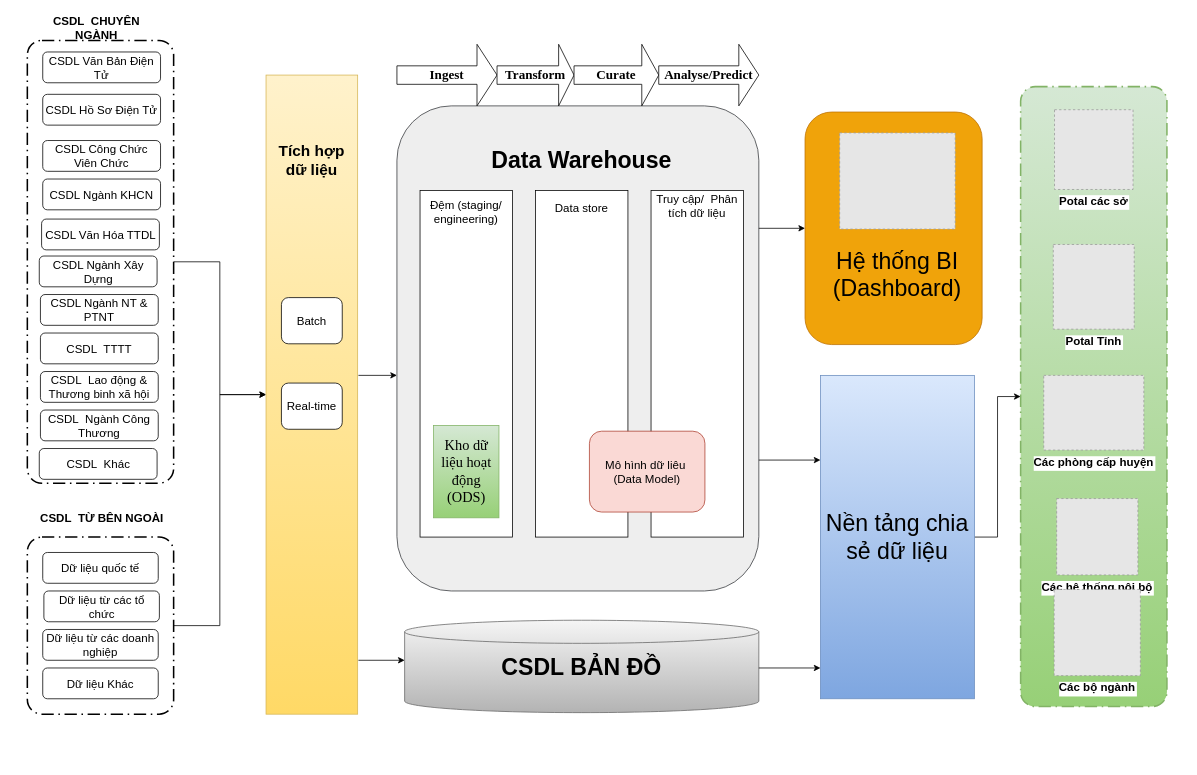
Above: so-do-draw/kho_du_lieu.drawio in letheanh12345/Draw-io (draw.io), before the change. Source tidied: cells renumbered, new cells numbered last; positions are measured from the earlier drawing's top-left corner, leaving out a move shared by most shapes. Both pictures are drawn from the tidied source at 77%, with x=0, y=0 at pixel (13, 13). Pictures stored in the file or linked from it are replaced by grey dashed boxes.
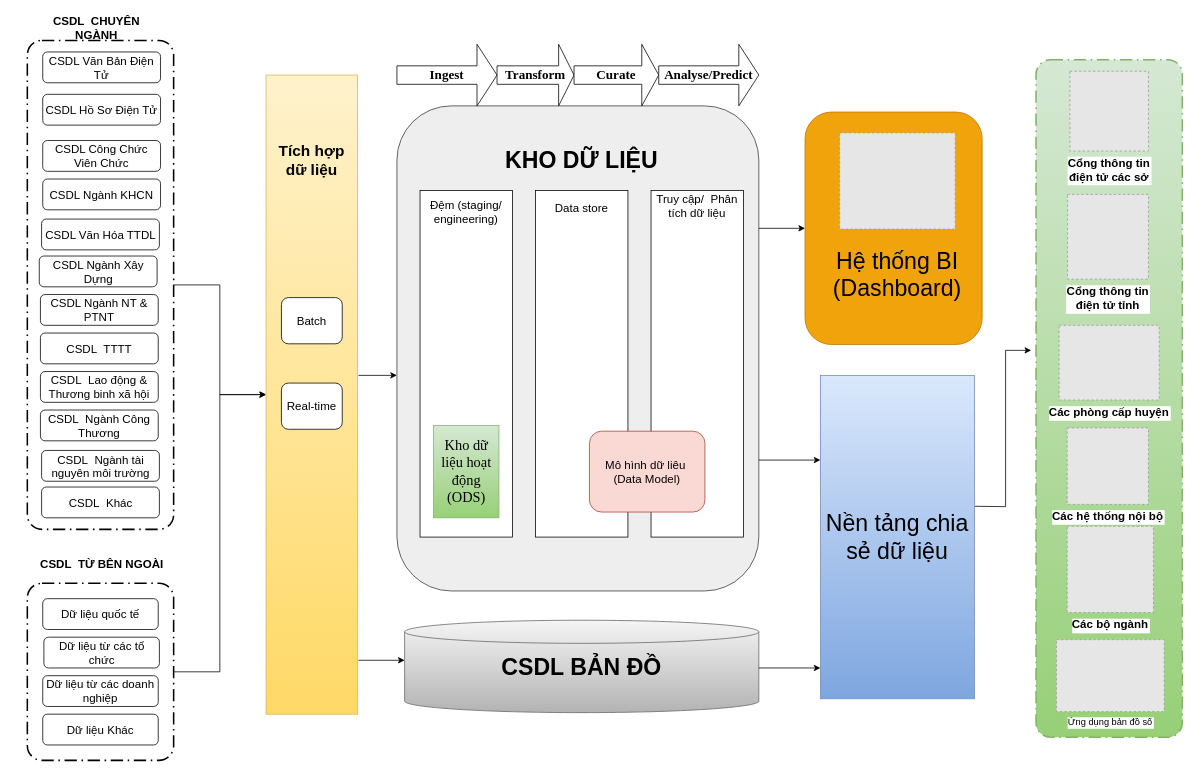
The same diagram, later.

The change refers to these unchanged cells:
```xml
<mxCell id="45" value="&lt;font style=&quot;font-size: 30px;&quot;&gt;Nền tảng chia sẻ dữ liệu&lt;/font&gt;" style="rounded=0;whiteSpace=wrap;html=1;fontSize=15;fillColor=#dae8fc;gradientColor=#7ea6e0;strokeColor=#6c8ebf;" parent="1" vertex="1">
  <mxGeometry x="1048" y="470" width="200" height="420" as="geometry" />
</mxCell>
```

Change to the diagram source:
```diff
@@
     <mxCell id="3" style="points=[[0.25,0,0],[0.5,0,0],[0.75,0,0],[1,0.25,0],[1,0.5,0],[1,0.75,0],[0.75,1,0],[0.5,1,0],[0.25,1,0],[0,0.75,0],[0,0.5,0],[0,0.25,0]];rounded=1;arcSize=10;dashed=1;strokeColor=#000000;fillColor=none;gradientColor=none;dashPattern=8 3 1 3;strokeWidth=2;fontStyle=1;fontSize=20;" parent="1" vertex="1">
-      <mxGeometry x="18" y="35" width="190" height="575" as="geometry" />
+      <mxGeometry x="18" y="35" width="190" height="635" as="geometry" />
     </mxCell>
@@
-    <mxCell id="5" value="&lt;font size=&quot;1&quot; style=&quot;&quot;&gt;&lt;b style=&quot;font-size: 30px;&quot;&gt;Data Warehouse&lt;/b&gt;&lt;/font&gt;" style="text;html=1;strokeColor=none;fillColor=none;align=center;verticalAlign=middle;whiteSpace=wrap;rounded=0;" parent="1" vertex="1">
+    <mxCell id="5" value="&lt;font size=&quot;1&quot; style=&quot;&quot;&gt;&lt;b style=&quot;font-size: 30px;&quot;&gt;KHO DỮ LIỆU&lt;/b&gt;&lt;/font&gt;" style="text;html=1;strokeColor=none;fillColor=none;align=center;verticalAlign=middle;whiteSpace=wrap;rounded=0;" parent="1" vertex="1">
       <mxGeometry x="523" y="175" width="430" height="30" as="geometry" />
     </mxCell>
@@
     <mxCell id="28" style="points=[[0.25,0,0],[0.5,0,0],[0.75,0,0],[1,0.25,0],[1,0.5,0],[1,0.75,0],[0.75,1,0],[0.5,1,0],[0.25,1,0],[0,0.75,0],[0,0.5,0],[0,0.25,0]];rounded=1;arcSize=10;dashed=1;strokeColor=#000000;fillColor=none;gradientColor=none;dashPattern=8 3 1 3;strokeWidth=2;fontStyle=1;fontSize=20;" parent="1" vertex="1">
-      <mxGeometry x="18" y="680" width="190" height="230" as="geometry" />
+      <mxGeometry x="18" y="740" width="190" height="230" as="geometry" />
     </mxCell>
@@
     <mxCell id="30" value="&lt;b&gt;&lt;font style=&quot;font-size: 15px;&quot;&gt;CSDL&amp;nbsp; TỪ BÊN NGOÀI&lt;/font&gt;&lt;/b&gt;" style="text;html=1;strokeColor=none;fillColor=none;align=center;verticalAlign=middle;whiteSpace=wrap;rounded=0;" parent="1" vertex="1">
-      <mxGeometry x="-0.5" y="640" width="230" height="30" as="geometry" />
+      <mxGeometry x="-0.5" y="700" width="230" height="30" as="geometry" />
     </mxCell>
     <mxCell id="31" value="Dữ liệu quốc tế" style="rounded=1;whiteSpace=wrap;html=1;fontSize=15;" parent="1" vertex="1">
-      <mxGeometry x="38" y="700" width="150" height="40" as="geometry" />
+      <mxGeometry x="38" y="760" width="150" height="40" as="geometry" />
     </mxCell>
     <mxCell id="32" value="Dữ liệu từ các tổ chức" style="rounded=1;whiteSpace=wrap;html=1;fontSize=15;" parent="1" vertex="1">
-      <mxGeometry x="39.5" y="750" width="150" height="40" as="geometry" />
+      <mxGeometry x="39.5" y="810" width="150" height="40" as="geometry" />
     </mxCell>
@@
     <mxCell id="39" value="Dữ liệu từ các doanh nghiệp" style="rounded=1;whiteSpace=wrap;html=1;fontSize=15;" parent="1" vertex="1">
-      <mxGeometry x="38" y="800" width="150" height="40" as="geometry" />
+      <mxGeometry x="38" y="860" width="150" height="40" as="geometry" />
     </mxCell>
     <mxCell id="40" value="Dữ liệu Khác" style="rounded=1;whiteSpace=wrap;html=1;fontSize=15;" parent="1" vertex="1">
-      <mxGeometry x="38" y="850" width="150" height="40" as="geometry" />
+      <mxGeometry x="38" y="910" width="150" height="40" as="geometry" />
     </mxCell>
@@
     <mxCell id="43" style="points=[[0.25,0,0],[0.5,0,0],[0.75,0,0],[1,0.25,0],[1,0.5,0],[1,0.75,0],[0.75,1,0],[0.5,1,0],[0.25,1,0],[0,0.75,0],[0,0.5,0],[0,0.25,0]];rounded=1;arcSize=10;dashed=1;strokeColor=#82b366;fillColor=#d5e8d4;gradientColor=#97d077;dashPattern=8 3 1 3;strokeWidth=2;fontStyle=1;fontSize=20;" parent="1" vertex="1">
-      <mxGeometry x="1308" y="95" width="190" height="805" as="geometry" />
+      <mxGeometry x="1328" y="60" width="190" height="880" as="geometry" />
     </mxCell>
-    <mxCell id="44" style="edgeStyle=orthogonalEdgeStyle;rounded=0;jettySize=auto;html=1;fontSize=15;" parent="1" edge="1" source="45" target="43">
-      <mxGeometry relative="1" as="geometry" />
+    <mxCell id="44" style="edgeStyle=orthogonalEdgeStyle;rounded=0;jettySize=auto;html=1;fontSize=15;entryX=-0.033;entryY=0.429;entryDx=0;entryDy=0;entryPerimeter=0;" parent="1" edge="1" target="43">
+      <mxGeometry relative="1" as="geometry">
+        <mxPoint x="1248" y="640" as="sourcePoint" />
+      </mxGeometry>
     </mxCell>
@@
-    <mxCell id="46" value="Potal các sở" style="fillColor=#E6E6E6;strokeColor=#999999;dashed=1;verticalLabelPosition=bottom;labelBackgroundColor=default;verticalAlign=top;fontStyle=1;fontSize=15;" parent="1" vertex="1">
-      <mxGeometry x="1352" y="125" width="102" height="103.6" as="geometry" />
+    <mxCell id="46" value="Cổng thông tin &#10;điện tử các sở" style="fillColor=#E6E6E6;strokeColor=#999999;dashed=1;verticalLabelPosition=bottom;labelBackgroundColor=default;verticalAlign=top;fontStyle=1;fontSize=15;" parent="1" vertex="1">
+      <mxGeometry x="1372" y="75" width="102" height="103.6" as="geometry" />
     </mxCell>
-    <mxCell id="47" value="Potal Tỉnh" style="fillColor=#E6E6E6;strokeColor=#999999;dashed=1;verticalLabelPosition=bottom;labelBackgroundColor=default;verticalAlign=top;fontStyle=1;fontSize=15;" parent="1" vertex="1">
-      <mxGeometry x="1350.4" y="300" width="105.1" height="110" as="geometry" />
+    <mxCell id="47" value="Cổng thông tin &#10;điện tử tỉnh" style="fillColor=#E6E6E6;strokeColor=#999999;dashed=1;verticalLabelPosition=bottom;labelBackgroundColor=default;verticalAlign=top;fontStyle=1;fontSize=15;" parent="1" vertex="1">
+      <mxGeometry x="1368.9" y="235" width="105.1" height="110" as="geometry" />
     </mxCell>
     <mxCell id="48" value="Các phòng cấp huyện" style="fillColor=#E6E6E6;strokeColor=#999999;dashed=1;verticalLabelPosition=bottom;labelBackgroundColor=default;verticalAlign=top;fontStyle=1;fontSize=15;" parent="1" vertex="1">
-      <mxGeometry x="1338" y="470" width="130" height="97" as="geometry" />
+      <mxGeometry x="1358" y="405" width="130" height="97" as="geometry" />
     </mxCell>
     <mxCell id="49" value="Các hệ thống nội bộ" style="fillColor=#E6E6E6;strokeColor=#999999;dashed=1;verticalLabelPosition=bottom;labelBackgroundColor=default;verticalAlign=top;fontStyle=1;fontSize=15;" parent="1" vertex="1">
-      <mxGeometry x="1354.8" y="630" width="105.5" height="99.2" as="geometry" />
+      <mxGeometry x="1368.5" y="538.3" width="105.5" height="99.2" as="geometry" />
     </mxCell>
@@
     <mxCell id="51" value="Các bộ ngành" style="fillColor=#E6E6E6;strokeColor=#999999;dashed=1;verticalLabelPosition=bottom;labelBackgroundColor=default;verticalAlign=top;fontStyle=1;fontSize=15;" parent="1" vertex="1">
-      <mxGeometry x="1351.5" y="748" width="112" height="112" as="geometry" />
+      <mxGeometry x="1368.5" y="666" width="112" height="112" as="geometry" />
     </mxCell>
@@
     <mxCell id="58" value="&lt;font style=&quot;font-size: 15px;&quot;&gt;CSDL&amp;nbsp; Khác&lt;/font&gt;" style="rounded=1;whiteSpace=wrap;html=1;" parent="1" vertex="1">
-      <mxGeometry x="33.5" y="565" width="153" height="40" as="geometry" />
+      <mxGeometry x="36.5" y="615" width="153" height="40" as="geometry" />
     </mxCell>
+    <mxCell id="59" value="Ứng dụng bản đồ số" style="fillColor=#E6E6E6;strokeColor=#999999;dashed=1;verticalLabelPosition=bottom;labelBackgroundColor=default;verticalAlign=top;" parent="1" vertex="1">
+      <mxGeometry x="1354.5" y="813.3" width="140" height="93.4" as="geometry" />
+    </mxCell>
+    <mxCell id="60" value="&lt;font style=&quot;font-size: 15px;&quot;&gt;CSDL&amp;nbsp; Ngành tài nguyên môi trường&lt;/font&gt;" style="rounded=1;whiteSpace=wrap;html=1;" parent="1" vertex="1">
+      <mxGeometry x="36.5" y="567.5" width="153" height="40" as="geometry" />
+    </mxCell>
```
